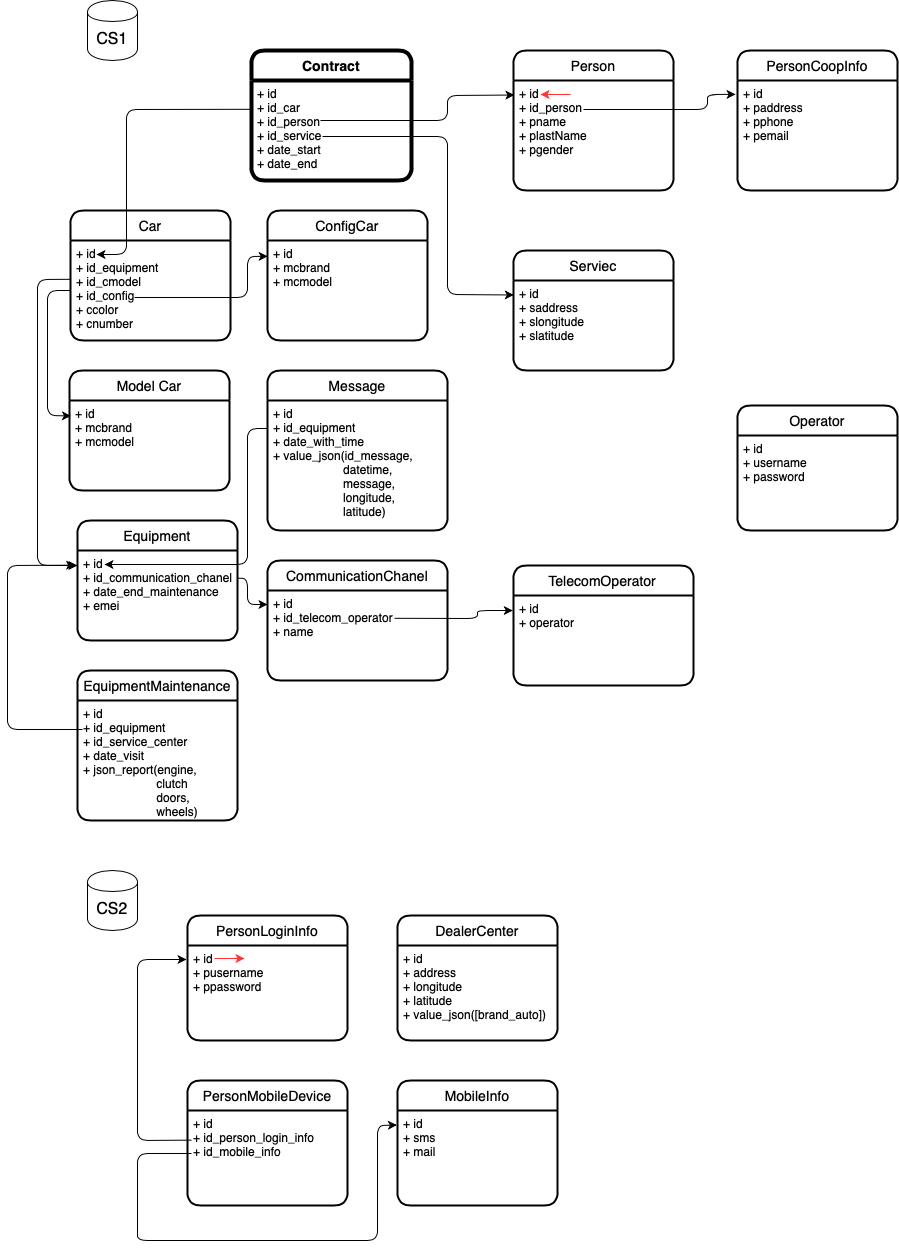
timoninas/db-practice keeps this draw.io diagram as model/bd_cs.png. Above is the earlier version. Source tidied: cells renumbered, new cells last; positions are measured from the earlier drawing's top-left corner, leaving out a move shared by most shapes.
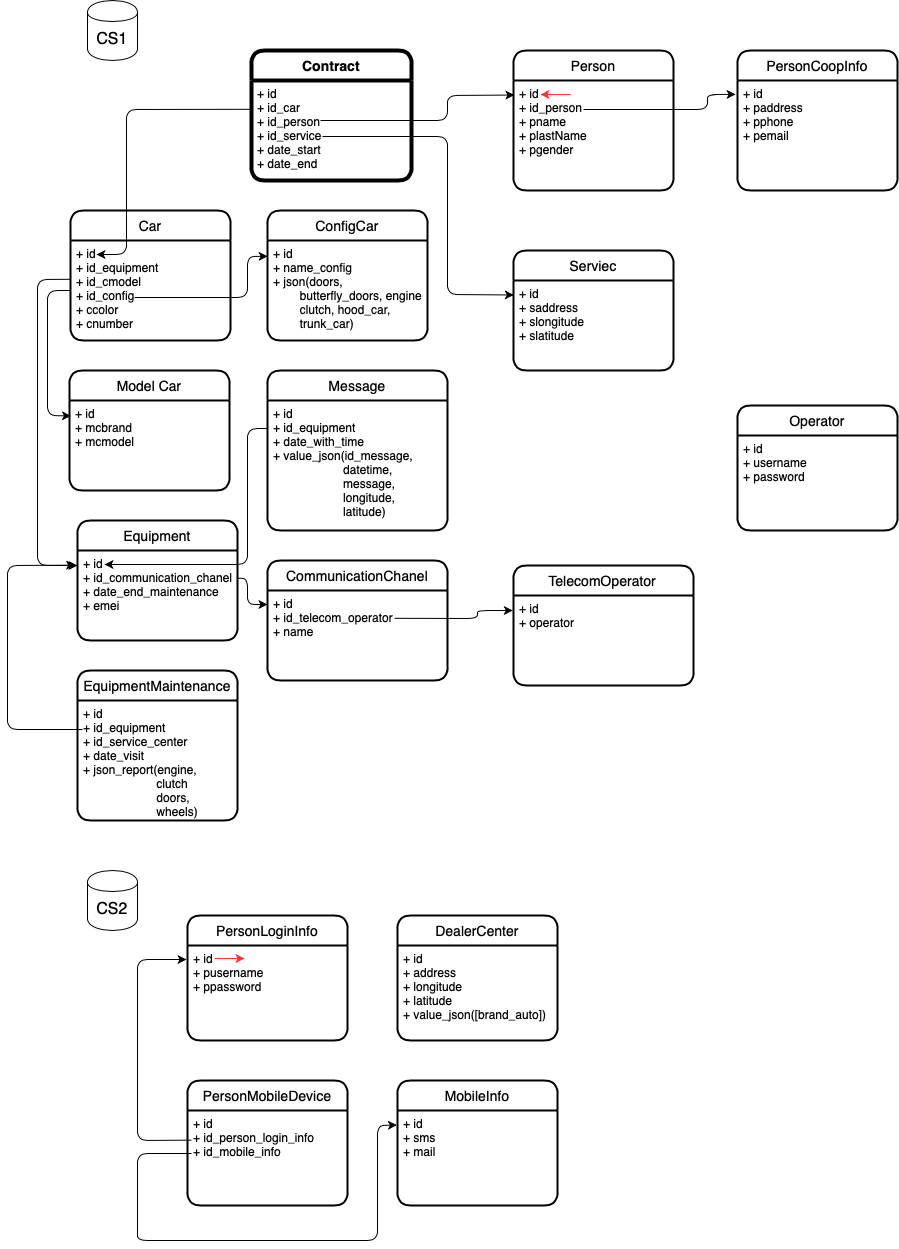
Later version of the same file.

Change to the diagram source:
```diff
@@ -70,7 +70,7 @@
     <mxCell id="15" value="ConfigCar" style="swimlane;horizontal=1;startSize=30;rounded=1;fontSize=14;fontStyle=0;strokeWidth=2;shadow=0;dashed=0;align=center;" parent="1" vertex="1">
       <mxGeometry x="260" y="210" width="160" height="130" as="geometry" />
     </mxCell>
-    <mxCell id="16" value="+ id&#10;+ mcbrand&#10;+ mcmodel" style="align=left;strokeColor=none;fillColor=none;spacingLeft=4;fontSize=12;verticalAlign=top;" parent="15" vertex="1">
+    <mxCell id="16" value="+ id&#10;+ name_config&#10;+ json(doors, &#10;        butterfly_doors, engine&#10;        clutch, hood_car,&#10;        trunk_car)" style="align=left;strokeColor=none;fillColor=none;spacingLeft=4;fontSize=12;verticalAlign=top;" parent="15" vertex="1">
       <mxGeometry y="30" width="160" height="100" as="geometry" />
     </mxCell>
     <mxCell id="17" value="&lt;font style=&quot;font-size: 16px&quot;&gt;CS2&lt;/font&gt;" style="shape=cylinder;whiteSpace=wrap;html=1;boundedLbl=1;backgroundOutline=1;" parent="1" vertex="1">
```
